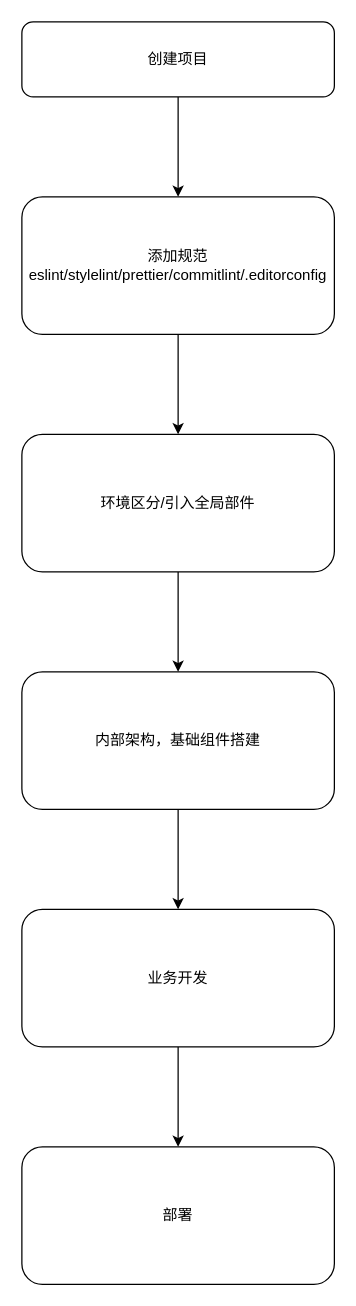
iotzzh/graphical-front-end keeps this draw.io diagram as 专题：前端工程化/前端工程化过程.drawio. Above is the earlier version. Source tidied: cells renumbered, new cells numbered last; positions are measured from the earlier drawing's top-left corner, leaving out a move shared by most shapes. Both pictures are drawn from the tidied source at 125%, with x=0, y=0 at pixel (21, 21).
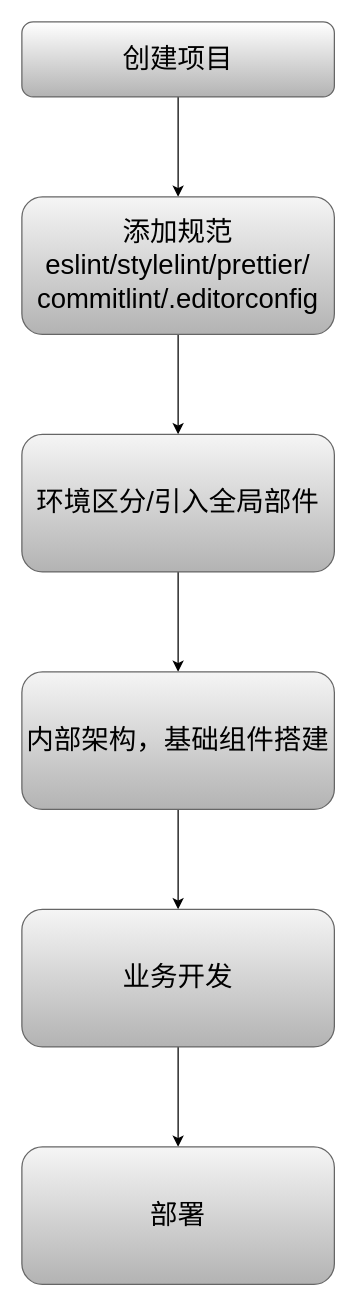
The same page after the edit.

Diff of the diagram source:
```diff
@@
 <mxGraphModel>
   <root>
     <mxCell id="0" />
     <mxCell id="1" parent="0" />
     <mxCell id="2" style="edgeStyle=orthogonalEdgeStyle;rounded=0;jettySize=auto;html=1;" parent="1" edge="1" source="3" target="5">
       <mxGeometry relative="1" as="geometry" />
     </mxCell>
-    <mxCell id="3" value="创建项目" style="rounded=1;whiteSpace=wrap;html=1;" parent="1" vertex="1">
+    <mxCell id="3" value="创建项目" style="rounded=1;whiteSpace=wrap;html=1;fillColor=default;gradientColor=#b3b3b3;strokeColor=#666666;fontSize=22;" parent="1" vertex="1">
       <mxGeometry width="250" height="60" as="geometry" />
     </mxCell>
     <mxCell id="4" style="edgeStyle=orthogonalEdgeStyle;rounded=0;jettySize=auto;html=1;" parent="1" edge="1" source="5" target="7">
       <mxGeometry relative="1" as="geometry" />
     </mxCell>
-    <mxCell id="5" value="添加规范&lt;br&gt;eslint/stylelint/prettier/commitlint/.editorconfig" style="rounded=1;whiteSpace=wrap;html=1;align=center;" parent="1" vertex="1">
+    <mxCell id="5" value="添加规范&lt;br&gt;eslint/stylelint/prettier/&lt;div&gt;commitlint/.editorconfig&lt;/div&gt;" style="rounded=1;whiteSpace=wrap;html=1;align=center;fillColor=#f5f5f5;gradientColor=#b3b3b3;strokeColor=#666666;fontSize=22;" parent="1" vertex="1">
       <mxGeometry y="140" width="250" height="110" as="geometry" />
     </mxCell>
     <mxCell id="6" style="edgeStyle=orthogonalEdgeStyle;rounded=0;jettySize=auto;html=1;" parent="1" edge="1" source="7" target="9">
       <mxGeometry relative="1" as="geometry" />
     </mxCell>
-    <mxCell id="7" value="环境区分/引入全局部件" style="rounded=1;whiteSpace=wrap;html=1;align=center;" parent="1" vertex="1">
+    <mxCell id="7" value="环境区分/引入全局部件" style="rounded=1;whiteSpace=wrap;html=1;align=center;fillColor=#f5f5f5;strokeColor=#666666;gradientColor=#b3b3b3;fontSize=22;" parent="1" vertex="1">
       <mxGeometry y="330" width="250" height="110" as="geometry" />
     </mxCell>
     <mxCell id="8" style="edgeStyle=orthogonalEdgeStyle;rounded=0;jettySize=auto;html=1;" parent="1" edge="1" source="9" target="11">
       <mxGeometry relative="1" as="geometry" />
     </mxCell>
-    <mxCell id="9" value="内部架构，基础组件搭建" style="rounded=1;whiteSpace=wrap;html=1;align=center;" parent="1" vertex="1">
+    <mxCell id="9" value="&lt;font style=&quot;font-size: 22px;&quot;&gt;内部架构，基础组件搭建&lt;/font&gt;" style="rounded=1;whiteSpace=wrap;html=1;align=center;fillColor=#f5f5f5;gradientColor=#b3b3b3;strokeColor=#666666;" parent="1" vertex="1">
       <mxGeometry y="520" width="250" height="110" as="geometry" />
     </mxCell>
     <mxCell id="10" style="edgeStyle=orthogonalEdgeStyle;rounded=0;jettySize=auto;html=1;" parent="1" edge="1" source="11" target="12">
       <mxGeometry relative="1" as="geometry" />
     </mxCell>
-    <mxCell id="11" value="业务开发" style="rounded=1;whiteSpace=wrap;html=1;align=center;" parent="1" vertex="1">
+    <mxCell id="11" value="业务开发" style="rounded=1;whiteSpace=wrap;html=1;align=center;fillColor=#f5f5f5;gradientColor=#b3b3b3;strokeColor=#666666;fontSize=22;" parent="1" vertex="1">
       <mxGeometry y="710" width="250" height="110" as="geometry" />
     </mxCell>
-    <mxCell id="12" value="部署" style="rounded=1;whiteSpace=wrap;html=1;align=center;" parent="1" vertex="1">
+    <mxCell id="12" value="部署" style="rounded=1;whiteSpace=wrap;html=1;align=center;fillColor=#f5f5f5;gradientColor=#b3b3b3;strokeColor=#666666;fontSize=22;" parent="1" vertex="1">
       <mxGeometry y="900" width="250" height="110" as="geometry" />
     </mxCell>
   </root>
 </mxGraphModel>
```
